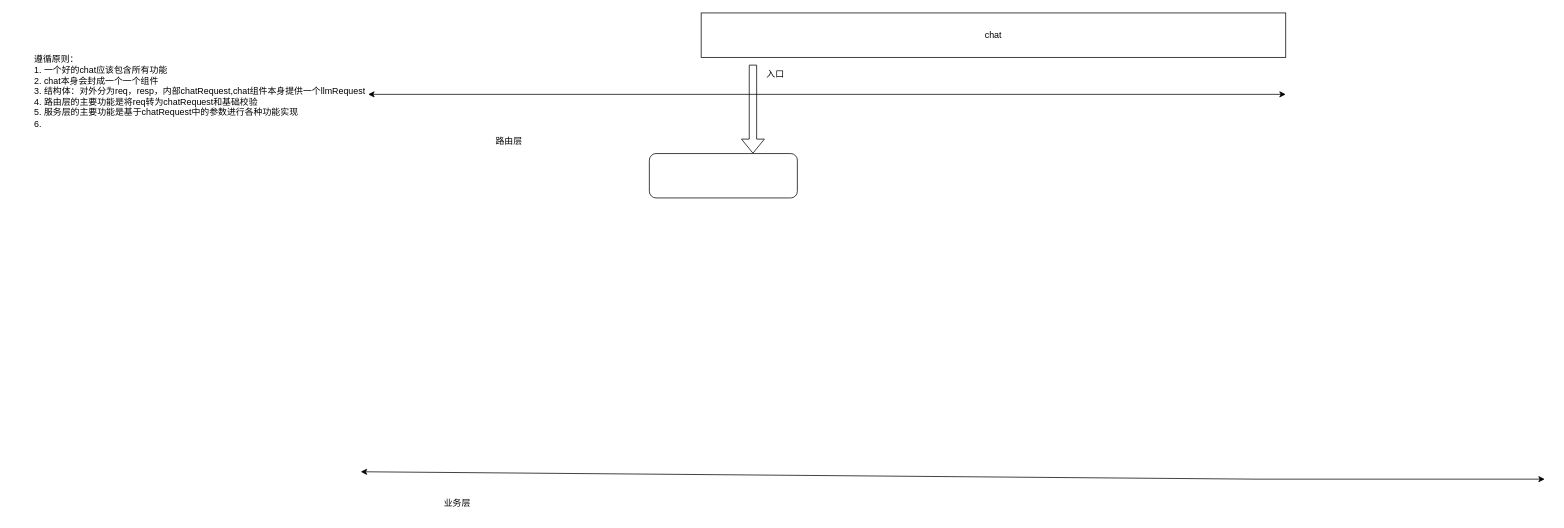
Before: bluebell_backend/conf/未命名绘图.drawio in liaKing/aliangblog, a draw.io diagram. Source tidied: cells renumbered, new cells numbered last; positions are measured from the earlier drawing's top-left corner, leaving out a move shared by most shapes. Both pictures are drawn from the tidied source at 74%, with x=0, y=0 at pixel (33, 13).
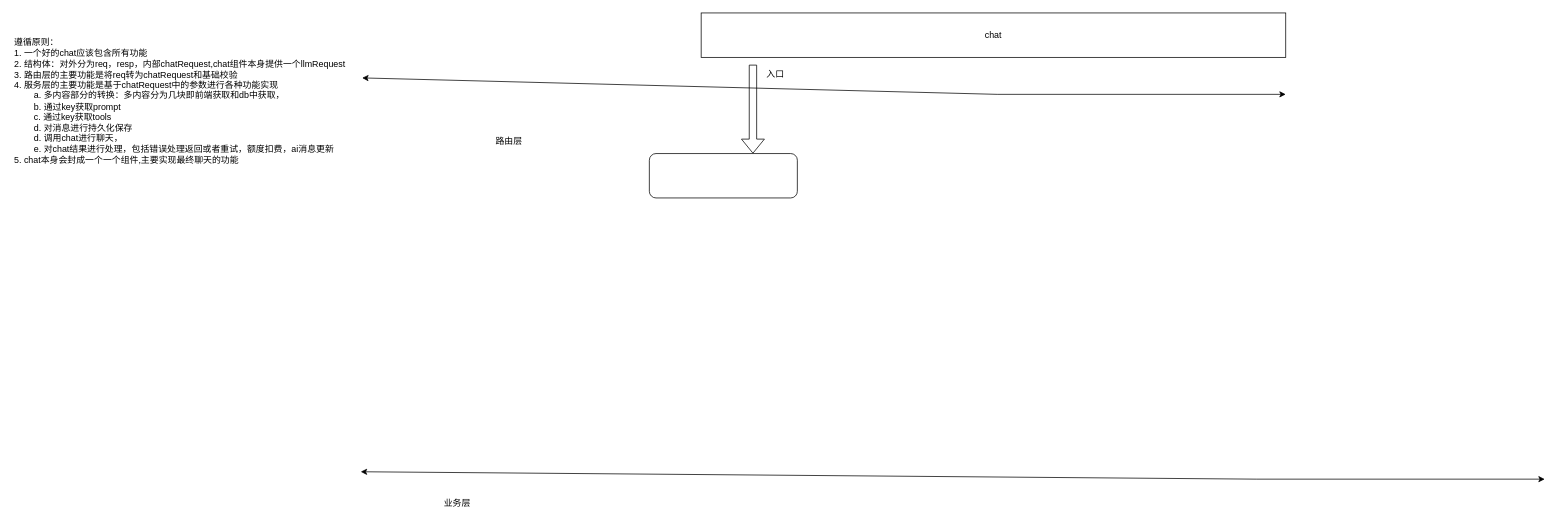
After the change.

The edit, as a diff of the source:
```diff
@@
 <mxGraphModel>
   <root>
     <mxCell id="0" />
     <mxCell id="1" parent="0" />
     <mxCell id="2" value="chat" style="rounded=0;whiteSpace=wrap;html=1;" parent="1" vertex="1">
       <mxGeometry x="903" width="790" height="60" as="geometry" />
     </mxCell>
     <mxCell id="3" style="shape=flexArrow;endArrow=classic;html=1;rounded=0;" parent="1" edge="1">
       <mxGeometry relative="1" as="geometry">
         <mxPoint x="973" y="70" as="sourcePoint" />
         <mxPoint x="973" y="190" as="targetPoint" />
       </mxGeometry>
     </mxCell>
-    <mxCell id="4" style="endArrow=classic;startArrow=classic;html=1;rounded=0;" parent="1" edge="1">
+    <mxCell id="4" style="endArrow=classic;startArrow=classic;html=1;rounded=0;exitX=1.004;exitY=0.161;exitDx=0;exitDy=0;exitPerimeter=0;" parent="1" edge="1" source="10">
       <mxGeometry relative="1" as="geometry">
-        <mxPoint x="453" y="110" as="sourcePoint" />
         <mxPoint x="1693" y="110" as="targetPoint" />
         <Array as="points">
           <mxPoint x="1303" y="110" />
         </Array>
       </mxGeometry>
     </mxCell>
     <mxCell id="5" style="rounded=1;whiteSpace=wrap;html=1;" parent="1" vertex="1">
       <mxGeometry x="833" y="190" width="200" height="60" as="geometry" />
     </mxCell>
     <mxCell id="6" value="入口" style="text;html=1;align=center;verticalAlign=middle;strokeColor=none;fillColor=none;" parent="1" vertex="1">
       <mxGeometry x="978" y="68" width="50" height="30" as="geometry" />
     </mxCell>
     <mxCell id="7" value="路由层" style="text;html=1;align=center;verticalAlign=middle;strokeColor=none;fillColor=none;" parent="1" vertex="1">
       <mxGeometry x="613" y="158" width="60" height="30" as="geometry" />
     </mxCell>
     <mxCell id="8" style="endArrow=classic;startArrow=classic;html=1;rounded=0;" parent="1" edge="1">
       <mxGeometry relative="1" as="geometry">
         <mxPoint x="443" y="620" as="sourcePoint" />
         <mxPoint x="2043" y="630" as="targetPoint" />
         <Array as="points">
           <mxPoint x="1653" y="630" />
         </Array>
       </mxGeometry>
     </mxCell>
     <mxCell id="9" value="业务层" style="text;html=1;align=center;verticalAlign=middle;strokeColor=none;fillColor=none;" parent="1" vertex="1">
       <mxGeometry x="543" y="648" width="60" height="30" as="geometry" />
     </mxCell>
-    <mxCell id="10" value="遵循原则：&lt;div&gt;1. 一个好的chat应该包含所有功能&lt;/div&gt;&lt;div&gt;2. chat本身会封成一个一个组件&lt;/div&gt;&lt;div&gt;3. 结构体：对外分为req，resp，内部chatRequest,chat组件本身提供一个llmRequest&lt;/div&gt;&lt;div&gt;4. 路由层的主要功能是将req转为&lt;span style=&quot;background-color: transparent; color: light-dark(rgb(0, 0, 0), rgb(255, 255, 255));&quot;&gt;chatRequest和基础校验&lt;/span&gt;&lt;/div&gt;&lt;div&gt;&lt;span style=&quot;background-color: transparent; color: light-dark(rgb(0, 0, 0), rgb(255, 255, 255));&quot;&gt;5. 服务层的主要功能是基于&lt;/span&gt;&lt;span style=&quot;background-color: transparent; color: light-dark(rgb(0, 0, 0), rgb(255, 255, 255));&quot;&gt;chatRequest中的参数进行各种功能实现&lt;/span&gt;&lt;/div&gt;&lt;div&gt;&lt;span style=&quot;background-color: transparent; color: light-dark(rgb(0, 0, 0), rgb(255, 255, 255));&quot;&gt;6.&amp;nbsp;&lt;/span&gt;&lt;/div&gt;&lt;div&gt;&lt;span style=&quot;background-color: transparent; color: light-dark(rgb(0, 0, 0), rgb(255, 255, 255));&quot;&gt;&lt;br&gt;&lt;/span&gt;&lt;/div&gt;&lt;div&gt;&lt;br&gt;&lt;/div&gt;&lt;div&gt;&lt;br&gt;&lt;/div&gt;&lt;div&gt;&lt;br&gt;&lt;/div&gt;&lt;div&gt;&lt;br&gt;&lt;/div&gt;&lt;div&gt;&lt;br&gt;&lt;/div&gt;&lt;div&gt;&lt;br&gt;&lt;/div&gt;&lt;div&gt;&lt;br&gt;&lt;/div&gt;&lt;div&gt;&lt;br&gt;&lt;/div&gt;&lt;div&gt;&lt;br&gt;&lt;/div&gt;" style="text;html=1;align=left;verticalAlign=middle;points=[];strokeColor=none;fillColor=none;" parent="1" vertex="1">
-      <mxGeometry y="48" width="470" height="260" as="geometry" />
+    <mxCell id="10" value="遵循原则：&lt;div&gt;1. 一个好的chat应该包含所有功能&lt;/div&gt;&lt;div&gt;2. 结构体：对外分为req，resp，内部chatRequest,chat组件本身提供一个llmRequest&lt;/div&gt;&lt;div&gt;3. 路由层的主要功能是将req转为&lt;span style=&quot;background-color: transparent; color: light-dark(rgb(0, 0, 0), rgb(255, 255, 255));&quot;&gt;chatRequest和基础校验&lt;/span&gt;&lt;/div&gt;&lt;div&gt;&lt;span style=&quot;background-color: transparent; color: light-dark(rgb(0, 0, 0), rgb(255, 255, 255));&quot;&gt;4. 服务层的主要功能是基于&lt;/span&gt;&lt;span style=&quot;background-color: transparent; color: light-dark(rgb(0, 0, 0), rgb(255, 255, 255));&quot;&gt;chatRequest中的参数进行各种功能实现&lt;/span&gt;&lt;/div&gt;&lt;div&gt;&lt;span style=&quot;background-color: transparent; color: light-dark(rgb(0, 0, 0), rgb(255, 255, 255));&quot;&gt;&lt;span style=&quot;white-space: pre;&quot;&gt;&#9;&lt;/span&gt;a. 多内容部分的转换：多内容分为几块即前端获取和db中获取，&lt;br&gt;&lt;/span&gt;&lt;/div&gt;&lt;div&gt;&lt;span style=&quot;background-color: transparent; color: light-dark(rgb(0, 0, 0), rgb(255, 255, 255));&quot;&gt;&lt;span style=&quot;white-space: pre;&quot;&gt;&#9;&lt;/span&gt;b. 通过key获取prompt&lt;/span&gt;&lt;/div&gt;&lt;div&gt;&lt;span style=&quot;background-color: transparent; color: light-dark(rgb(0, 0, 0), rgb(255, 255, 255));&quot;&gt;&lt;span style=&quot;white-space: pre;&quot;&gt;&lt;span style=&quot;white-space: pre;&quot;&gt;&#9;&lt;/span&gt;c. 通过key获取tools&lt;/span&gt;&lt;/span&gt;&lt;/div&gt;&lt;div&gt;&lt;span style=&quot;background-color: transparent; color: light-dark(rgb(0, 0, 0), rgb(255, 255, 255));&quot;&gt;&lt;span style=&quot;white-space: pre;&quot;&gt;&lt;span style=&quot;white-space: pre;&quot;&gt;&#9;&lt;/span&gt;d. 对消息进行持久化保存&lt;br&gt;&lt;/span&gt;&lt;/span&gt;&lt;/div&gt;&lt;div&gt;&lt;span style=&quot;background-color: transparent; color: light-dark(rgb(0, 0, 0), rgb(255, 255, 255));&quot;&gt;&lt;span style=&quot;white-space: pre;&quot;&gt;&lt;span style=&quot;white-space: pre;&quot;&gt;&#9;&lt;/span&gt;d. 调用chat进行聊天，&lt;br/&gt;&lt;/span&gt;&lt;span style=&quot;white-space: pre;&quot;&gt;&#9;&lt;/span&gt;e. 对chat结果进行处理，包括错误处理返回或者重试，额度扣费，ai消息更新&lt;br&gt;&lt;/span&gt;&lt;/div&gt;&lt;div&gt;&lt;span style=&quot;background-color: transparent; color: light-dark(rgb(0, 0, 0), rgb(255, 255, 255));&quot;&gt;5.&amp;nbsp;&lt;/span&gt;&lt;span style=&quot;background-color: transparent; color: light-dark(rgb(0, 0, 0), rgb(255, 255, 255));&quot;&gt;chat本身会封成一个一个组件,主要实现最终聊天的功能&lt;/span&gt;&lt;/div&gt;&lt;div&gt;&lt;span style=&quot;background-color: transparent; color: light-dark(rgb(0, 0, 0), rgb(255, 255, 255));&quot;&gt;&lt;br&gt;&lt;/span&gt;&lt;/div&gt;&lt;div&gt;&lt;span style=&quot;background-color: transparent; color: light-dark(rgb(0, 0, 0), rgb(255, 255, 255));&quot;&gt;&lt;br&gt;&lt;/span&gt;&lt;/div&gt;&lt;div&gt;&lt;span style=&quot;background-color: transparent; color: light-dark(rgb(0, 0, 0), rgb(255, 255, 255));&quot;&gt;&lt;br&gt;&lt;/span&gt;&lt;/div&gt;&lt;div&gt;&lt;span style=&quot;background-color: transparent; color: light-dark(rgb(0, 0, 0), rgb(255, 255, 255));&quot;&gt;&lt;br&gt;&lt;/span&gt;&lt;/div&gt;&lt;div&gt;&lt;span style=&quot;background-color: transparent; color: light-dark(rgb(0, 0, 0), rgb(255, 255, 255));&quot;&gt;&lt;br&gt;&lt;/span&gt;&lt;/div&gt;&lt;div&gt;&lt;br&gt;&lt;/div&gt;&lt;div&gt;&lt;br&gt;&lt;/div&gt;&lt;div&gt;&lt;br&gt;&lt;/div&gt;&lt;div&gt;&lt;br&gt;&lt;/div&gt;&lt;div&gt;&lt;br&gt;&lt;/div&gt;&lt;div&gt;&lt;br&gt;&lt;/div&gt;&lt;div&gt;&lt;br&gt;&lt;/div&gt;&lt;div&gt;&lt;br&gt;&lt;/div&gt;&lt;div&gt;&lt;br&gt;&lt;/div&gt;" style="text;html=1;align=left;verticalAlign=middle;points=[];strokeColor=none;fillColor=none;" parent="1" vertex="1">
+      <mxGeometry x="-27" y="25" width="470" height="390" as="geometry" />
     </mxCell>
   </root>
 </mxGraphModel>
```
